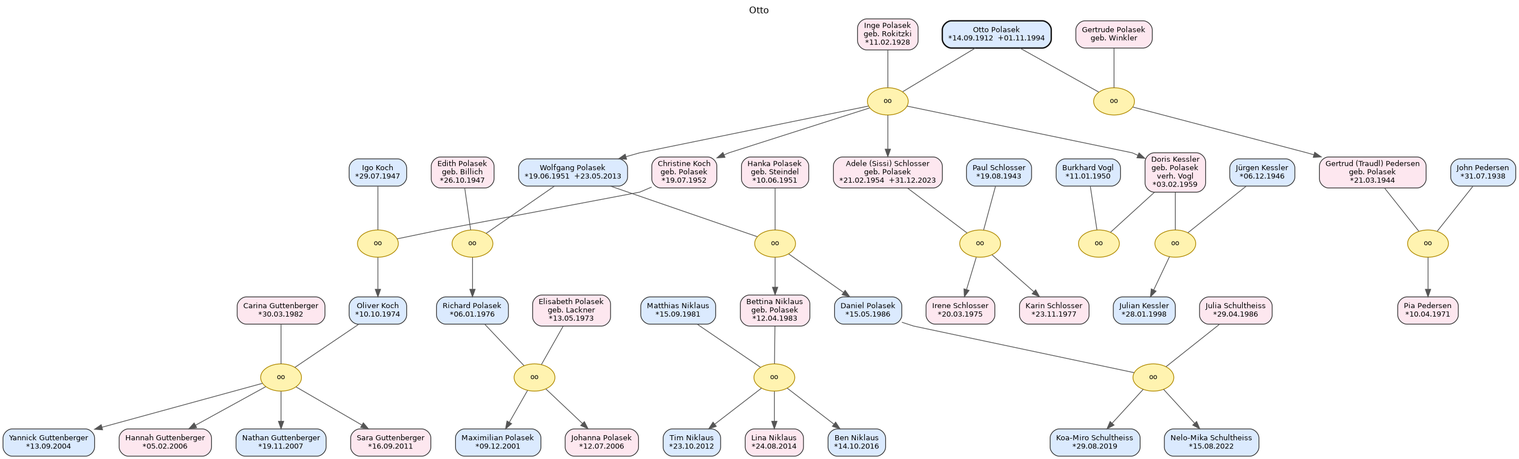
Konfusius16/Ahnentafel-Polasek keeps this Graphviz diagram as Otto_0_10.png. Above is the earlier version. Its source is kept beside it as Otto_0_10.dot.
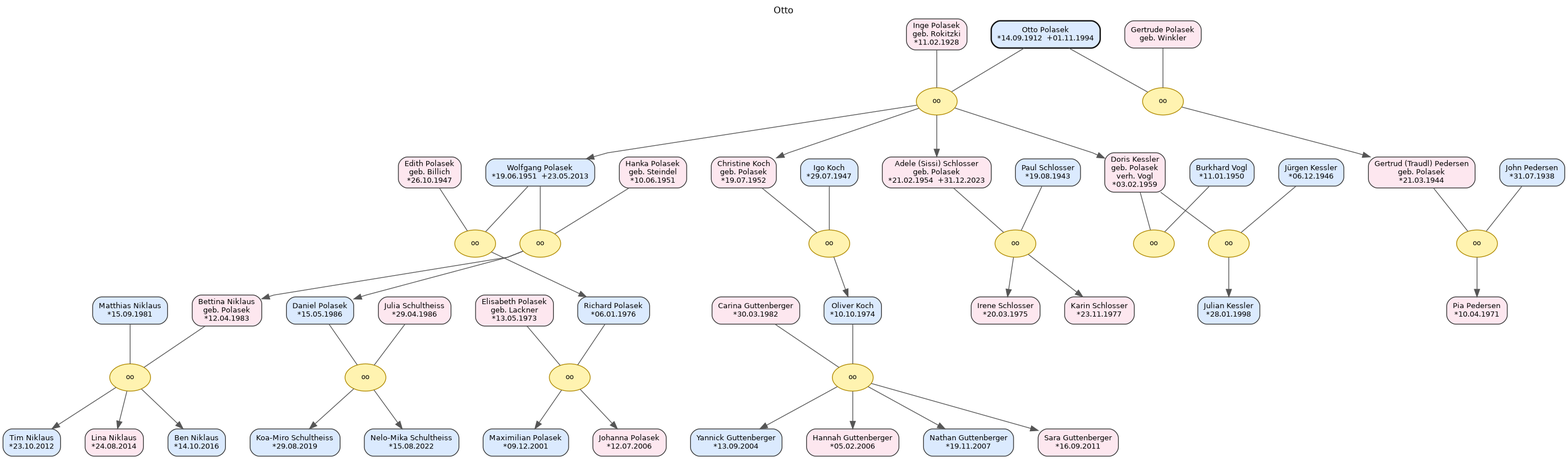
After the commit.

What changed in the source:
```diff
@@ -3,132 +3,135 @@
 	graph [fontname="DejaVu Sans" fontsize=12 label=Otto labelloc=t]
 	node [color="#333333" fontname="DejaVu Sans" fontsize=10 shape=box style="rounded,filled"]
 	edge [color="#555555" fontname="DejaVu Sans"]
-	polS08 [label="Burkhard Vogl
-*11.01.1950" fillcolor="#dbeafe" id=P_polS08]
+	g2p16 [label="Nelo-Mika Schultheiss
+*15.08.2022" fillcolor="#dbeafe" id=P_g2p16]
+	pol16 [label="Christine Koch
+geb. Polasek
+*19.07.1952" fillcolor="#fde7ef" id=P_pol16]
+	pol21 [label="Daniel Polasek
+*15.05.1986" fillcolor="#dbeafe" id=P_pol21]
+	ped02 [label="Pia Pedersen
+*10.04.1971" fillcolor="#fde7ef" id=P_ped02]
+	pol20 [label="Bettina Niklaus
+geb. Polasek
+*12.04.1983" fillcolor="#fde7ef" id=P_pol20]
+	pol23 [label="Irene Schlosser
+*20.03.1975" fillcolor="#fde7ef" id=P_pol23]
+	g2p11 [label="Tim Niklaus
+*23.10.2012" fillcolor="#dbeafe" id=P_g2p11]
+	pol15 [label="Wolfgang Polasek
+*19.06.1951  +23.05.2013" fillcolor="#dbeafe" id=P_pol15]
+	polS07 [label="Paul Schlosser
+*19.08.1943" fillcolor="#dbeafe" id=P_polS07]
+	pol24 [label="Karin Schlosser
+*23.11.1977" fillcolor="#fde7ef" id=P_pol24]
+	g2p14 [label="Julia Schultheiss
+*29.04.1986" fillcolor="#fde7ef" id=P_g2p14]
+	g2p08 [label="Maximilian Polasek
+*09.12.2001" fillcolor="#dbeafe" id=P_g2p08]
 	polS03 [label="Inge Polasek
 geb. Rokitzki
 *11.02.1928" fillcolor="#fde7ef" id=P_polS03]
+	g2p13 [label="Ben Niklaus
+*14.10.2016" fillcolor="#dbeafe" id=P_g2p13]
+	polS02 [label="Gertrude Polasek
+geb. Winkler" fillcolor="#fde7ef" id=P_polS02]
 	polS06 [label="Igo Koch
 *29.07.1947" fillcolor="#dbeafe" id=P_polS06]
-	g2p14 [label="Julia Schultheiss
-*29.04.1986" fillcolor="#fde7ef" id=P_g2p14]
-	g3p04 [label="Carina Guttenberger
-*30.03.1982" fillcolor="#fde7ef" id=P_g3p04]
+	pol19 [label="Richard Polasek
+*06.01.1976" fillcolor="#dbeafe" id=P_pol19]
+	g3p07 [label="Nathan Guttenberger
+*19.11.2007" fillcolor="#dbeafe" id=P_g3p07]
+	polS09 [label="Jürgen Kessler
+*06.12.1946" fillcolor="#dbeafe" id=P_polS09]
+	pol14 [label="Gertrud (Traudl) Pedersen
+geb. Polasek
+*21.03.1944" fillcolor="#fde7ef" id=P_pol14]
+	pol25 [label="Julian Kessler
+*28.01.1998" fillcolor="#dbeafe" id=P_pol25]
+	g2p09 [label="Johanna Polasek
+*12.07.2006" fillcolor="#fde7ef" id=P_g2p09]
+	g2p15 [label="Koa-Miro Schultheiss
+*29.08.2019" fillcolor="#dbeafe" id=P_g2p15]
+	g2p12 [label="Lina Niklaus
+*24.08.2014" fillcolor="#fde7ef" id=P_g2p12]
+	polS04 [label="Edith Polasek
+geb. Billich
+*26.10.1947" fillcolor="#fde7ef" id=P_polS04]
+	pol22 [label="Oliver Koch
+*10.10.1974" fillcolor="#dbeafe" id=P_pol22]
+	g3p05 [label="Yannick Guttenberger
+*13.09.2004" fillcolor="#dbeafe" id=P_g3p05]
+	g2p10 [label="Matthias Niklaus
+*15.09.1981" fillcolor="#dbeafe" id=P_g2p10]
+	ped01 [label="John Pedersen
+*31.07.1938" fillcolor="#dbeafe" id=P_ped01]
 	pol18 [label="Doris Kessler
 geb. Polasek
 verh. Vogl
 *03.02.1959" fillcolor="#fde7ef" id=P_pol18]
-	polS09 [label="Jürgen Kessler
-*06.12.1946" fillcolor="#dbeafe" id=P_polS09]
-	polS07 [label="Paul Schlosser
-*19.08.1943" fillcolor="#dbeafe" id=P_polS07]
-	polS04 [label="Edith Polasek
-geb. Billich
-*26.10.1947" fillcolor="#fde7ef" id=P_polS04]
-	g3p05 [label="Yannick Guttenberger
-*13.09.2004" fillcolor="#dbeafe" id=P_g3p05]
-	ped02 [label="Pia Pedersen
-*10.04.1971" fillcolor="#fde7ef" id=P_ped02]
-	pol16 [label="Christine Koch
-geb. Polasek
-*19.07.1952" fillcolor="#fde7ef" id=P_pol16]
-	g2p09 [label="Johanna Polasek
-*12.07.2006" fillcolor="#fde7ef" id=P_g2p09]
 	g3p06 [label="Hannah Guttenberger
 *05.02.2006" fillcolor="#fde7ef" id=P_g3p06]
-	pol20 [label="Bettina Niklaus
+	pol11 [label="Otto Polasek
+*14.09.1912  +01.11.1994" color="#111111" fillcolor="#dbeafe" id=P_pol11 penwidth=1.8]
+	g3p04 [label="Carina Guttenberger
+*30.03.1982" fillcolor="#fde7ef" id=P_g3p04]
+	pol17 [label="Adele (Sissi) Schlosser
 geb. Polasek
-*12.04.1983" fillcolor="#fde7ef" id=P_pol20]
-	g2p10 [label="Matthias Niklaus
-*15.09.1981" fillcolor="#dbeafe" id=P_g2p10]
-	ped01 [label="John Pedersen
-*31.07.1938" fillcolor="#dbeafe" id=P_ped01]
+*21.02.1954  +31.12.2023" fillcolor="#fde7ef" id=P_pol17]
+	polS08 [label="Burkhard Vogl
+*11.01.1950" fillcolor="#dbeafe" id=P_polS08]
+	g2p07 [label="Elisabeth Polasek
+geb. Lackner
+*13.05.1973" fillcolor="#fde7ef" id=P_g2p07]
 	polS05 [label="Hanka Polasek
 geb. Steindel
 *10.06.1951" fillcolor="#fde7ef" id=P_polS05]
-	pol23 [label="Irene Schlosser
-*20.03.1975" fillcolor="#fde7ef" id=P_pol23]
-	pol11 [label="Otto Polasek
-*14.09.1912  +01.11.1994" color="#111111" fillcolor="#dbeafe" id=P_pol11 penwidth=1.8]
-	g2p16 [label="Nelo-Mika Schultheiss
-*15.08.2022" fillcolor="#dbeafe" id=P_g2p16]
-	pol14 [label="Gertrud (Traudl) Pedersen
-geb. Polasek
-*21.03.1944" fillcolor="#fde7ef" id=P_pol14]
-	g2p13 [label="Ben Niklaus
-*14.10.2016" fillcolor="#dbeafe" id=P_g2p13]
-	pol24 [label="Karin Schlosser
-*23.11.1977" fillcolor="#fde7ef" id=P_pol24]
-	pol22 [label="Oliver Koch
-*10.10.1974" fillcolor="#dbeafe" id=P_pol22]
-	g2p11 [label="Tim Niklaus
-*23.10.2012" fillcolor="#dbeafe" id=P_g2p11]
-	g2p07 [label="Elisabeth Polasek
-geb. Lackner
-*13.05.1973" fillcolor="#fde7ef" id=P_g2p07]
-	pol19 [label="Richard Polasek
-*06.01.1976" fillcolor="#dbeafe" id=P_pol19]
 	g3p08 [label="Sara Guttenberger
 *16.09.2011" fillcolor="#fde7ef" id=P_g3p08]
-	g2p08 [label="Maximilian Polasek
-*09.12.2001" fillcolor="#dbeafe" id=P_g2p08]
-	pol25 [label="Julian Kessler
-*28.01.1998" fillcolor="#dbeafe" id=P_pol25]
-	g3p07 [label="Nathan Guttenberger
-*19.11.2007" fillcolor="#dbeafe" id=P_g3p07]
-	polS02 [label="Gertrude Polasek
-geb. Winkler" fillcolor="#fde7ef" id=P_polS02]
-	g2p15 [label="Koa-Miro Schultheiss
-*29.08.2019" fillcolor="#dbeafe" id=P_g2p15]
-	pol21 [label="Daniel Polasek
-*15.05.1986" fillcolor="#dbeafe" id=P_pol21]
-	g2p12 [label="Lina Niklaus
-*24.08.2014" fillcolor="#fde7ef" id=P_g2p12]
-	pol15 [label="Wolfgang Polasek
-*19.06.1951  +23.05.2013" fillcolor="#dbeafe" id=P_pol15]
-	pol17 [label="Adele (Sissi) Schlosser
-geb. Polasek
-*21.02.1954  +31.12.2023" fillcolor="#fde7ef" id=P_pol17]
-	M_polF6 [label=oo color="#b08900" fillcolor="#fff3b0" fontsize=9 id=M_polF6 shape=ellipse style=filled]
-	subgraph rank_polF6 {
-		rank=same
-		polS06
-		pol16
-	}
-	polS06 -> pol16 [constraint=true minlen=0 style=invis weight=3600]
-	polS06 -> M_polF6 [dir=none minlen=1 weight=60]
-	pol16 -> M_polF6 [dir=none minlen=1 weight=60]
-	subgraph kids_polF6 {
-		rank=same
-		pol22
-	}
-	M_polF6 -> pol22
-	subgraph pair_pol22 {
+	M_g3F2 [label=oo color="#b08900" fillcolor="#fff3b0" fontsize=9 id=M_g3F2 shape=ellipse style=filled]
+	subgraph rank_g3F2 {
 		rank=same
 		pol22
 		g3p04
 	}
-	pol22 -> g3p04 [constraint=true minlen=0 style=invis weight=2600]
-	M_polF2 [label=oo color="#b08900" fillcolor="#fff3b0" fontsize=9 id=M_polF2 shape=ellipse style=filled]
-	subgraph rank_polF2 {
+	pol22 -> g3p04 [constraint=true minlen=0 style=invis weight=3600]
+	pol22 -> M_g3F2 [dir=none minlen=1 weight=60]
+	g3p04 -> M_g3F2 [dir=none minlen=1 weight=60]
+	subgraph kids_g3F2 {
 		rank=same
-		pol11
-		polS02
+		g3p05
+		g3p06
+		g3p07
+		g3p08
 	}
-	pol11 -> polS02 [constraint=true minlen=0 style=invis weight=3600]
-	pol11 -> M_polF2 [dir=none minlen=1 weight=60]
-	polS02 -> M_polF2 [dir=none minlen=1 weight=60]
-	subgraph kids_polF2 {
+	M_g3F2 -> g3p05
+	M_g3F2 -> g3p06
+	M_g3F2 -> g3p07
+	M_g3F2 -> g3p08
+	g3p05 -> g3p06 [constraint=true minlen=0 style=invis weight=1400]
+	g3p06 -> g3p07 [constraint=true minlen=0 style=invis weight=1400]
+	g3p07 -> g3p08 [constraint=true minlen=0 style=invis weight=1400]
+	M_polF4 [label=oo color="#b08900" fillcolor="#fff3b0" fontsize=9 id=M_polF4 shape=ellipse style=filled]
+	subgraph rank_polF4 {
 		rank=same
-		pol14
+		pol15
+		polS04
 	}
-	M_polF2 -> pol14
-	subgraph pair_pol14 {
+	pol15 -> polS04 [constraint=true minlen=0 style=invis weight=3600]
+	pol15 -> M_polF4 [dir=none minlen=1 weight=60]
+	polS04 -> M_polF4 [dir=none minlen=1 weight=60]
+	subgraph kids_polF4 {
 		rank=same
-		pol14
-		ped01
+		pol19
 	}
-	ped01 -> pol14 [constraint=true minlen=0 style=invis weight=2600]
+	M_polF4 -> pol19
+	subgraph pair_pol19 {
+		rank=same
+		pol19
+		g2p07
+	}
+	pol19 -> g2p07 [constraint=true minlen=0 style=invis weight=2600]
 	M_g2F3 [label=oo color="#b08900" fillcolor="#fff3b0" fontsize=9 id=M_g2F3 shape=ellipse style=filled]
 	subgraph rank_g2F3 {
 		rank=same
@@ -163,6 +166,26 @@
 	M_g2F5 -> g2p15
 	M_g2F5 -> g2p16
 	g2p15 -> g2p16 [constraint=true minlen=0 style=invis weight=1400]
+	M_polF6 [label=oo color="#b08900" fillcolor="#fff3b0" fontsize=9 id=M_polF6 shape=ellipse style=filled]
+	subgraph rank_polF6 {
+		rank=same
+		polS06
+		pol16
+	}
+	polS06 -> pol16 [constraint=true minlen=0 style=invis weight=3600]
+	polS06 -> M_polF6 [dir=none minlen=1 weight=60]
+	pol16 -> M_polF6 [dir=none minlen=1 weight=60]
+	subgraph kids_polF6 {
+		rank=same
+		pol22
+	}
+	M_polF6 -> pol22
+	subgraph pair_pol22 {
+		rank=same
+		pol22
+		g3p04
+	}
+	pol22 -> g3p04 [constraint=true minlen=0 style=invis weight=2600]
 	M_polF9 [label=oo color="#b08900" fillcolor="#fff3b0" fontsize=9 id=M_polF9 shape=ellipse style=filled]
 	subgraph rank_polF9 {
 		rank=same
@@ -177,43 +200,32 @@
 		pol25
 	}
 	M_polF9 -> pol25
-	M_g3F2 [label=oo color="#b08900" fillcolor="#fff3b0" fontsize=9 id=M_g3F2 shape=ellipse style=filled]
-	subgraph rank_g3F2 {
+	M_polF7 [label=oo color="#b08900" fillcolor="#fff3b0" fontsize=9 id=M_polF7 shape=ellipse style=filled]
+	subgraph rank_polF7 {
 		rank=same
-		pol22
-		g3p04
+		polS07
+		pol17
 	}
-	pol22 -> g3p04 [constraint=true minlen=0 style=invis weight=3600]
-	pol22 -> M_g3F2 [dir=none minlen=1 weight=60]
-	g3p04 -> M_g3F2 [dir=none minlen=1 weight=60]
-	subgraph kids_g3F2 {
+	polS07 -> pol17 [constraint=true minlen=0 style=invis weight=3600]
+	polS07 -> M_polF7 [dir=none minlen=1 weight=60]
+	pol17 -> M_polF7 [dir=none minlen=1 weight=60]
+	subgraph kids_polF7 {
 		rank=same
-		g3p05
-		g3p06
-		g3p07
-		g3p08
+		pol23
+		pol24
 	}
-	M_g3F2 -> g3p05
-	M_g3F2 -> g3p06
-	M_g3F2 -> g3p07
-	M_g3F2 -> g3p08
-	g3p05 -> g3p06 [constraint=true minlen=0 style=invis weight=1400]
-	g3p06 -> g3p07 [constraint=true minlen=0 style=invis weight=1400]
-	g3p07 -> g3p08 [constraint=true minlen=0 style=invis weight=1400]
-	M_pedF1 [label=oo color="#b08900" fillcolor="#fff3b0" fontsize=9 id=M_pedF1 shape=ellipse style=filled]
-	subgraph rank_pedF1 {
+	M_polF7 -> pol23
+	M_polF7 -> pol24
+	pol23 -> pol24 [constraint=true minlen=0 style=invis weight=1400]
+	M_polF8 [label=oo color="#b08900" fillcolor="#fff3b0" fontsize=9 id=M_polF8 shape=ellipse style=filled]
+	subgraph rank_polF8 {
 		rank=same
-		ped01
-		pol14
+		polS08
+		pol18
 	}
-	ped01 -> pol14 [constraint=true minlen=0 style=invis weight=3600]
-	ped01 -> M_pedF1 [dir=none minlen=1 weight=60]
-	pol14 -> M_pedF1 [dir=none minlen=1 weight=60]
-	subgraph kids_pedF1 {
-		rank=same
-		ped02
-	}
-	M_pedF1 -> ped02
+	polS08 -> pol18 [constraint=true minlen=0 style=invis weight=3600]
+	polS08 -> M_polF8 [dir=none minlen=1 weight=60]
+	pol18 -> M_polF8 [dir=none minlen=1 weight=60]
 	M_polF3 [label=oo color="#b08900" fillcolor="#fff3b0" fontsize=9 id=M_polF3 shape=ellipse style=filled]
 	subgraph rank_polF3 {
 		rank=same
@@ -264,55 +276,6 @@
 		polS08
 	}
 	polS08 -> pol18 [constraint=true minlen=0 style=invis weight=2600]
-	M_polF8 [label=oo color="#b08900" fillcolor="#fff3b0" fontsize=9 id=M_polF8 shape=ellipse style=filled]
-	subgraph rank_polF8 {
-		rank=same
-		polS08
-		pol18
-	}
-	polS08 -> pol18 [constraint=true minlen=0 style=invis weight=3600]
-	polS08 -> M_polF8 [dir=none minlen=1 weight=60]
-	pol18 -> M_polF8 [dir=none minlen=1 weight=60]
-	M_polF4 [label=oo color="#b08900" fillcolor="#fff3b0" fontsize=9 id=M_polF4 shape=ellipse style=filled]
-	subgraph rank_polF4 {
-		rank=same
-		pol15
-		polS04
-	}
-	pol15 -> polS04 [constraint=true minlen=0 style=invis weight=3600]
-	pol15 -> M_polF4 [dir=none minlen=1 weight=60]
-	polS04 -> M_polF4 [dir=none minlen=1 weight=60]
-	subgraph kids_polF4 {
-		rank=same
-		pol19
-	}
-	M_polF4 -> pol19
-	subgraph pair_pol19 {
-		rank=same
-		pol19
-		g2p07
-	}
-	pol19 -> g2p07 [constraint=true minlen=0 style=invis weight=2600]
-	M_g2F4 [label=oo color="#b08900" fillcolor="#fff3b0" fontsize=9 id=M_g2F4 shape=ellipse style=filled]
-	subgraph rank_g2F4 {
-		rank=same
-		g2p10
-		pol20
-	}
-	g2p10 -> pol20 [constraint=true minlen=0 style=invis weight=3600]
-	g2p10 -> M_g2F4 [dir=none minlen=1 weight=60]
-	pol20 -> M_g2F4 [dir=none minlen=1 weight=60]
-	subgraph kids_g2F4 {
-		rank=same
-		g2p11
-		g2p12
-		g2p13
-	}
-	M_g2F4 -> g2p11
-	M_g2F4 -> g2p12
-	M_g2F4 -> g2p13
-	g2p11 -> g2p12 [constraint=true minlen=0 style=invis weight=1400]
-	g2p12 -> g2p13 [constraint=true minlen=0 style=invis weight=1400]
 	M_polF5 [label=oo color="#b08900" fillcolor="#fff3b0" fontsize=9 id=M_polF5 shape=ellipse style=filled]
 	subgraph rank_polF5 {
 		rank=same
@@ -343,23 +306,60 @@
 		g2p14
 	}
 	pol21 -> g2p14 [constraint=true minlen=0 style=invis weight=2600]
-	M_polF7 [label=oo color="#b08900" fillcolor="#fff3b0" fontsize=9 id=M_polF7 shape=ellipse style=filled]
-	subgraph rank_polF7 {
+	M_polF2 [label=oo color="#b08900" fillcolor="#fff3b0" fontsize=9 id=M_polF2 shape=ellipse style=filled]
+	subgraph rank_polF2 {
 		rank=same
-		polS07
-		pol17
+		pol11
+		polS02
 	}
-	polS07 -> pol17 [constraint=true minlen=0 style=invis weight=3600]
-	polS07 -> M_polF7 [dir=none minlen=1 weight=60]
-	pol17 -> M_polF7 [dir=none minlen=1 weight=60]
-	subgraph kids_polF7 {
+	pol11 -> polS02 [constraint=true minlen=0 style=invis weight=3600]
+	pol11 -> M_polF2 [dir=none minlen=1 weight=60]
+	polS02 -> M_polF2 [dir=none minlen=1 weight=60]
+	subgraph kids_polF2 {
 		rank=same
-		pol23
-		pol24
+		pol14
 	}
-	M_polF7 -> pol23
-	M_polF7 -> pol24
-	pol23 -> pol24 [constraint=true minlen=0 style=invis weight=1400]
+	M_polF2 -> pol14
+	subgraph pair_pol14 {
+		rank=same
+		pol14
+		ped01
+	}
+	ped01 -> pol14 [constraint=true minlen=0 style=invis weight=2600]
+	M_g2F4 [label=oo color="#b08900" fillcolor="#fff3b0" fontsize=9 id=M_g2F4 shape=ellipse style=filled]
+	subgraph rank_g2F4 {
+		rank=same
+		g2p10
+		pol20
+	}
+	g2p10 -> pol20 [constraint=true minlen=0 style=invis weight=3600]
+	g2p10 -> M_g2F4 [dir=none minlen=1 weight=60]
+	pol20 -> M_g2F4 [dir=none minlen=1 weight=60]
+	subgraph kids_g2F4 {
+		rank=same
+		g2p11
+		g2p12
+		g2p13
+	}
+	M_g2F4 -> g2p11
+	M_g2F4 -> g2p12
+	M_g2F4 -> g2p13
+	g2p11 -> g2p12 [constraint=true minlen=0 style=invis weight=1400]
+	g2p12 -> g2p13 [constraint=true minlen=0 style=invis weight=1400]
+	M_pedF1 [label=oo color="#b08900" fillcolor="#fff3b0" fontsize=9 id=M_pedF1 shape=ellipse style=filled]
+	subgraph rank_pedF1 {
+		rank=same
+		ped01
+		pol14
+	}
+	ped01 -> pol14 [constraint=true minlen=0 style=invis weight=3600]
+	ped01 -> M_pedF1 [dir=none minlen=1 weight=60]
+	pol14 -> M_pedF1 [dir=none minlen=1 weight=60]
+	subgraph kids_pedF1 {
+		rank=same
+		ped02
+	}
+	M_pedF1 -> ped02
 	subgraph gen_0 {
 		rank=same
 		pol11
```
